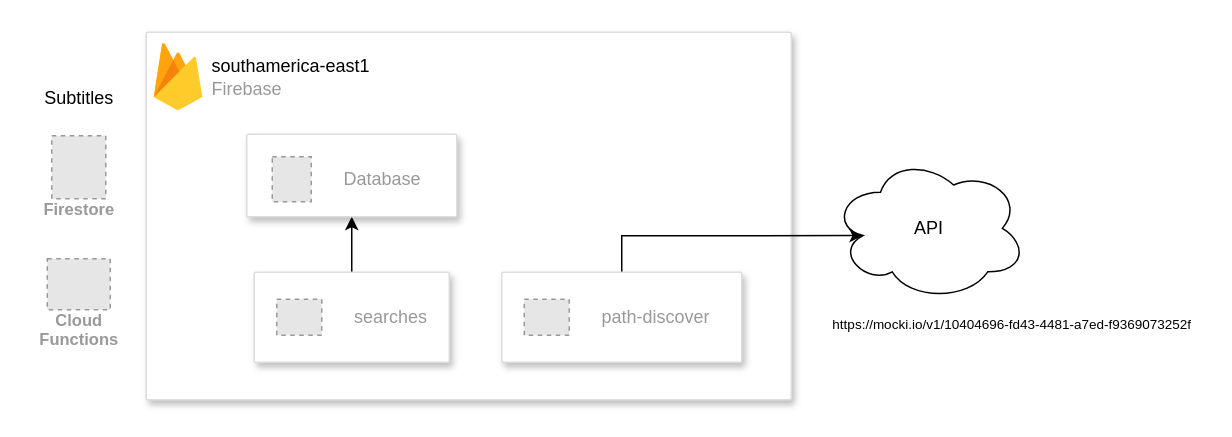
This is backend/Architecture.drawio from brmeloleite01/ateliware-tech-assessment, a draw.io file, before an edit. Source tidied: cells renumbered, new cells numbered last; positions are measured from the earlier drawing's top-left corner, leaving out a move shared by most shapes. Both pictures are drawn from the tidied source at 150%, with x=0, y=0 at pixel (26, 32). Pictures stored in the file or linked from it are replaced by grey dashed boxes.
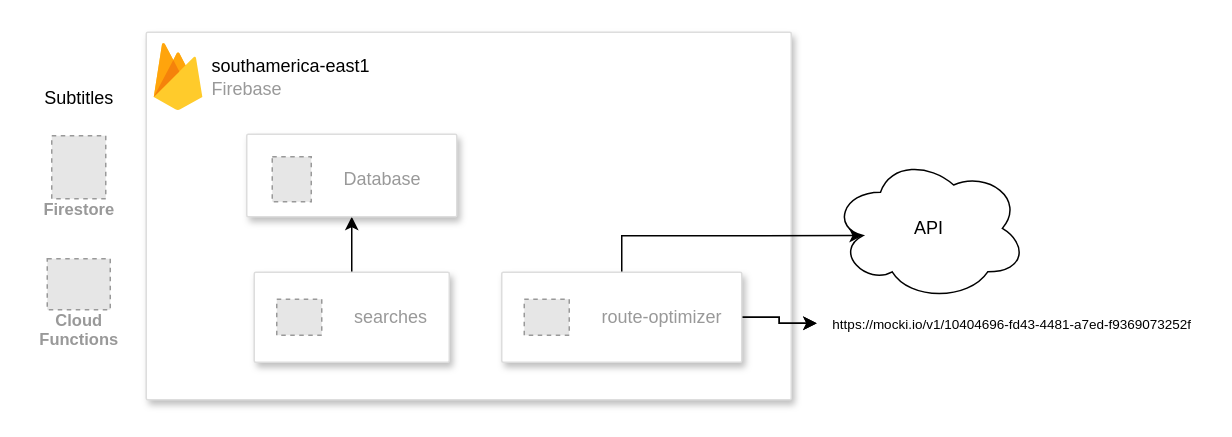
The same page after the edit.

Commit message:
resource name improvement

Unchanged cells that the change refers to:
```xml
<mxCell id="8" style="strokeColor=#dddddd;shadow=1;strokeWidth=1;rounded=1;absoluteArcSize=1;arcSize=2;" parent="1" vertex="1">
  <mxGeometry x="317" y="160" width="160" height="60" as="geometry" />
</mxCell>
<mxCell id="16" value="&lt;font style=&quot;font-size: 9px;&quot;&gt; https://mocki.io/v1/10404696-fd43-4481-a7ed-f9369073252f&lt;/font&gt;" style="text;html=1;align=center;verticalAlign=middle;points=[];strokeColor=none;fillColor=none;" parent="1" vertex="1">
  <mxGeometry x="527" y="179" width="260" height="30" as="geometry" />
</mxCell>
```

Diff of the diagram source:
```diff
@@
+    <mxCell id="17" style="edgeStyle=orthogonalEdgeStyle;rounded=0;jettySize=auto;html=1;" parent="1" edge="1" source="8" target="16">
+      <mxGeometry relative="1" as="geometry" />
+    </mxCell>
+    <mxCell id="18" style="edgeStyle=orthogonalEdgeStyle;rounded=0;jettySize=auto;html=1;" parent="1" edge="1" source="8" target="16">
+      <mxGeometry relative="1" as="geometry" />
+    </mxCell>
@@
-    <mxCell id="9" value="path-discover" style="fillColor=#E6E6E6;strokeColor=#999999;dashed=1;html=1;fontColor=#999999;verticalLabelPosition=middle;labelBackgroundColor=#ffffff;verticalAlign=middle;labelPosition=right;align=left;spacingLeft=20;" parent="8" vertex="1">
+    <mxCell id="9" value="route-optimizer" style="fillColor=#E6E6E6;strokeColor=#999999;dashed=1;html=1;fontColor=#999999;verticalLabelPosition=middle;labelBackgroundColor=#ffffff;verticalAlign=middle;labelPosition=right;align=left;spacingLeft=20;" parent="8" vertex="1">
       <mxGeometry width="30" height="24" relative="1" as="geometry">
         <mxPoint x="15" y="18" as="offset" />
       </mxGeometry>
     </mxCell>
```
